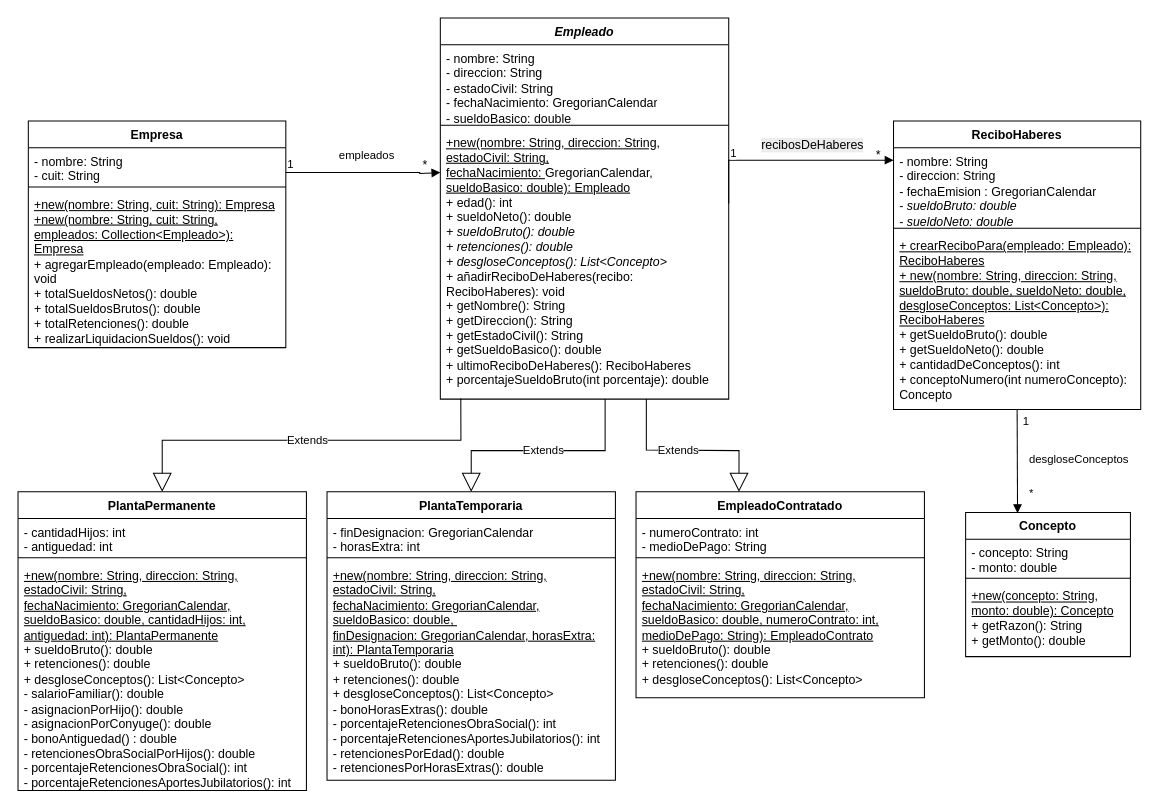
The draw.io diagram tp2/diagrama2.drawio in franngo/programacionConObjetos2, before the edit. Source tidied: cells renumbered, new cells numbered last; positions are measured from the earlier drawing's top-left corner, leaving out a move shared by most shapes. Both pictures are drawn from the tidied source at 103%, with x=0, y=0 at pixel (18, 18).
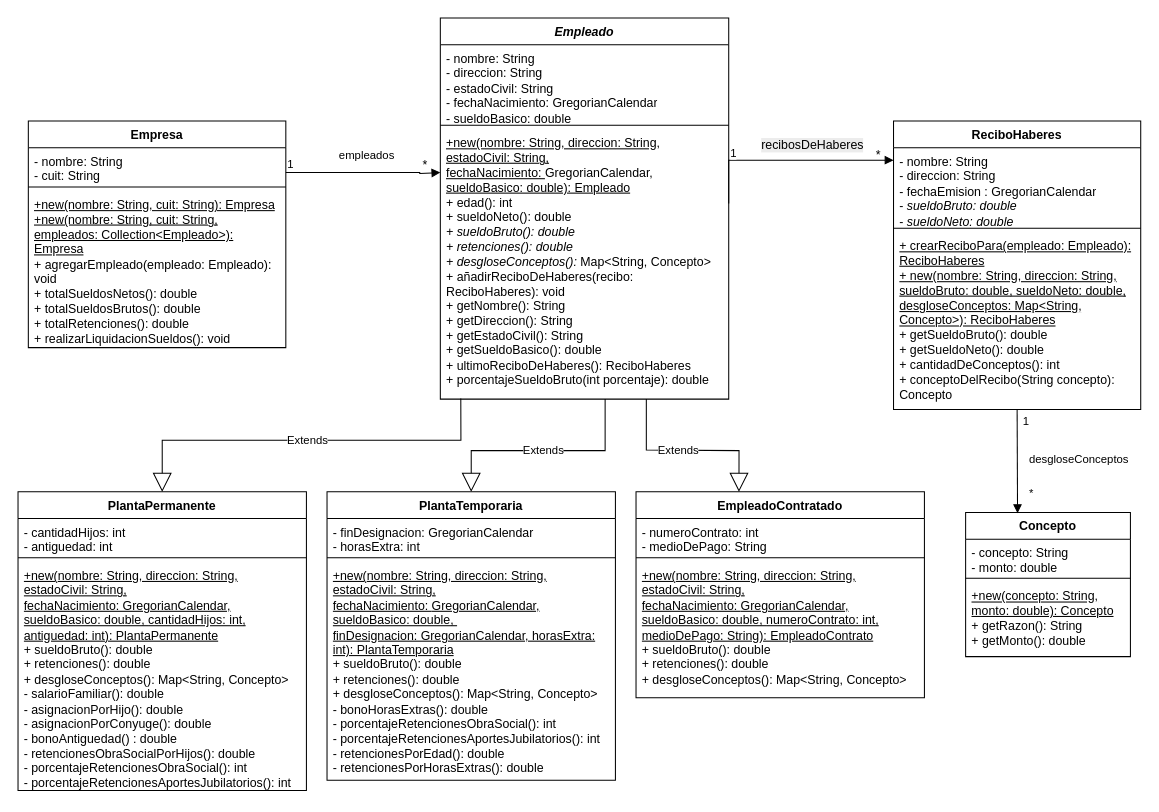
The same page after the edit.

The change refers to these unchanged cells:
```xml
<mxCell id="6" value="&lt;i&gt;Empleado&lt;/i&gt;" style="swimlane;fontStyle=1;align=center;verticalAlign=top;horizontal=1;startSize=26;whiteSpace=wrap;html=1;" parent="1" vertex="1">
  <mxGeometry x="410" width="280" height="370" as="geometry" />
</mxCell>
<mxCell id="13" value="PlantaPermanente" style="swimlane;fontStyle=1;align=center;verticalAlign=top;horizontal=1;startSize=26;whiteSpace=wrap;html=1;" parent="1" vertex="1">
  <mxGeometry y="460" width="280" height="290" as="geometry" />
</mxCell>
<mxCell id="19" value="PlantaTemporaria" style="swimlane;fontStyle=1;align=center;verticalAlign=top;horizontal=1;startSize=26;whiteSpace=wrap;html=1;" parent="1" vertex="1">
  <mxGeometry x="300" y="460" width="280" height="280" as="geometry" />
</mxCell>
<mxCell id="23" value="ReciboHaberes" style="swimlane;fontStyle=1;align=center;verticalAlign=top;horizontal=1;startSize=26;whiteSpace=wrap;html=1;" parent="1" vertex="1">
  <mxGeometry x="850" y="100" width="240" height="280" as="geometry" />
</mxCell>
<mxCell id="37" value="EmpleadoContratado" style="swimlane;fontStyle=1;align=center;verticalAlign=top;horizontal=1;startSize=26;whiteSpace=wrap;html=1;" parent="1" vertex="1">
  <mxGeometry x="600" y="460" width="280" height="200" as="geometry" />
</mxCell>
```

What changed in the source:
```diff
@@
-    <mxCell id="9" value="&lt;u&gt;+new(nombre: String, direccion: String, estadoCivil: String, fechaNacimiento:&amp;nbsp;&lt;/u&gt;GregorianCalendar&lt;u&gt;, sueldoBasico: double): Empleado&lt;/u&gt;&lt;br&gt;+ edad(): int&lt;br&gt;+ sueldoNeto()&lt;span style=&quot;color: light-dark(rgb(0, 0, 0), rgb(255, 255, 255)); background-color: transparent;&quot;&gt;: double&lt;/span&gt;&lt;br&gt;&lt;div&gt;&lt;i&gt;+ sueldoBruto(): double&lt;br&gt;+ retenciones()&lt;span style=&quot;background-color: transparent; color: light-dark(rgb(0, 0, 0), rgb(255, 255, 255));&quot;&gt;: double&lt;/span&gt;&lt;/i&gt;&lt;/div&gt;&lt;div&gt;&lt;span style=&quot;background-color: transparent; color: light-dark(rgb(0, 0, 0), rgb(255, 255, 255));&quot;&gt;&lt;i&gt;+ desgloseConceptos(): List&amp;lt;Concepto&amp;gt;&lt;br&gt;&lt;/i&gt;&lt;/span&gt;+ añadirReciboDeHaberes(recibo: ReciboHaberes): void&lt;br&gt;+ getNombre(): String&lt;/div&gt;&lt;div&gt;+ getDireccion(): String&lt;/div&gt;&lt;div&gt;+ getEstadoCivil(): String&lt;br&gt;+ getSueldoBasico(): double&lt;/div&gt;&lt;div&gt;+ ultimoReciboDeHaberes(): ReciboHaberes&lt;/div&gt;&lt;div&gt;+ porcentajeSueldoBruto(int porcentaje): double&lt;i&gt;&lt;/i&gt;&lt;/div&gt;" style="text;strokeColor=none;fillColor=none;align=left;verticalAlign=top;spacingLeft=4;spacingRight=4;overflow=hidden;points=[[0,0.5],[1,0.5]];portConstraint=eastwest;whiteSpace=wrap;html=1;" parent="6" vertex="1">
+    <mxCell id="9" value="&lt;u&gt;+new(nombre: String, direccion: String, estadoCivil: String, fechaNacimiento:&amp;nbsp;&lt;/u&gt;GregorianCalendar&lt;u&gt;, sueldoBasico: double): Empleado&lt;/u&gt;&lt;br&gt;+ edad(): int&lt;br&gt;+ sueldoNeto()&lt;span style=&quot;color: light-dark(rgb(0, 0, 0), rgb(255, 255, 255)); background-color: transparent;&quot;&gt;: double&lt;/span&gt;&lt;br&gt;&lt;div&gt;&lt;i&gt;+ sueldoBruto(): double&lt;br&gt;+ retenciones()&lt;span style=&quot;background-color: transparent; color: light-dark(rgb(0, 0, 0), rgb(255, 255, 255));&quot;&gt;: double&lt;/span&gt;&lt;/i&gt;&lt;/div&gt;&lt;div&gt;&lt;span style=&quot;background-color: transparent; color: light-dark(rgb(0, 0, 0), rgb(255, 255, 255));&quot;&gt;&lt;i&gt;+ desgloseConceptos():&amp;nbsp;&lt;/i&gt;&lt;/span&gt;Map&amp;lt;String, Concepto&amp;gt;&lt;span style=&quot;color: light-dark(rgb(0, 0, 0), rgb(255, 255, 255)); background-color: transparent;&quot;&gt;&lt;br&gt;&lt;/span&gt;+ añadirReciboDeHaberes(recibo: ReciboHaberes): void&lt;br&gt;+ getNombre(): String&lt;/div&gt;&lt;div&gt;+ getDireccion(): String&lt;/div&gt;&lt;div&gt;+ getEstadoCivil(): String&lt;br&gt;+ getSueldoBasico(): double&lt;/div&gt;&lt;div&gt;+ ultimoReciboDeHaberes(): ReciboHaberes&lt;/div&gt;&lt;div&gt;+ porcentajeSueldoBruto(int porcentaje): double&lt;i&gt;&lt;/i&gt;&lt;/div&gt;" style="text;strokeColor=none;fillColor=none;align=left;verticalAlign=top;spacingLeft=4;spacingRight=4;overflow=hidden;points=[[0,0.5],[1,0.5]];portConstraint=eastwest;whiteSpace=wrap;html=1;" parent="6" vertex="1">
       <mxGeometry y="108" width="280" height="262" as="geometry" />
     </mxCell>
@@
-    <mxCell id="16" value="&lt;u&gt;+new(&lt;/u&gt;&lt;u&gt;nombre: String, direccion: String, estadoCivil: String, fechaNacimiento:&amp;nbsp;GregorianCalendar, sueldoBasico: double,&amp;nbsp;&lt;/u&gt;&lt;u&gt;cantidadHijos: int, antiguedad: int): PlantaPermanente&lt;/u&gt;&lt;br&gt;+ sueldoBruto(): double&lt;br&gt;+ retenciones()&lt;span style=&quot;color: light-dark(rgb(0, 0, 0), rgb(255, 255, 255)); background-color: transparent;&quot;&gt;: double&lt;br&gt;&lt;/span&gt;+ desgloseConceptos(): List&amp;lt;Concepto&amp;gt;&lt;span style=&quot;color: light-dark(rgb(0, 0, 0), rgb(255, 255, 255)); background-color: transparent;&quot;&gt;&lt;br&gt;- salarioFamiliar(): double&lt;br&gt;- asignacionPorHijo(): double&lt;/span&gt;&lt;div&gt;&lt;span style=&quot;color: light-dark(rgb(0, 0, 0), rgb(255, 255, 255)); background-color: transparent;&quot;&gt;- asignacionPorConyuge(): double&lt;/span&gt;&lt;/div&gt;&lt;div&gt;&lt;span style=&quot;color: light-dark(rgb(0, 0, 0), rgb(255, 255, 255)); background-color: transparent;&quot;&gt;- bonoAntiguedad() : double&lt;br&gt;- retencionesObraSocialPorHijos(): double&lt;br&gt;&lt;/span&gt;- porcentajeRetencionesObraSocial(): int&lt;span style=&quot;color: light-dark(rgb(0, 0, 0), rgb(255, 255, 255)); background-color: transparent;&quot;&gt;&lt;br&gt;&lt;/span&gt;- porcentajeRetencionesAportesJubilatorios(): int&lt;span style=&quot;color: light-dark(rgb(0, 0, 0), rgb(255, 255, 255)); background-color: transparent;&quot;&gt;&lt;/span&gt;&lt;/div&gt;" style="text;strokeColor=none;fillColor=none;align=left;verticalAlign=top;spacingLeft=4;spacingRight=4;overflow=hidden;whiteSpace=wrap;html=1;" parent="13" vertex="1">
+    <mxCell id="16" value="&lt;u&gt;+new(&lt;/u&gt;&lt;u&gt;nombre: String, direccion: String, estadoCivil: String, fechaNacimiento:&amp;nbsp;GregorianCalendar, sueldoBasico: double,&amp;nbsp;&lt;/u&gt;&lt;u&gt;cantidadHijos: int, antiguedad: int): PlantaPermanente&lt;/u&gt;&lt;br&gt;+ sueldoBruto(): double&lt;br&gt;+ retenciones()&lt;span style=&quot;color: light-dark(rgb(0, 0, 0), rgb(255, 255, 255)); background-color: transparent;&quot;&gt;: double&lt;br&gt;&lt;/span&gt;+ desgloseConceptos(): Map&amp;lt;String, Concepto&amp;gt;&lt;span style=&quot;color: light-dark(rgb(0, 0, 0), rgb(255, 255, 255)); background-color: transparent;&quot;&gt;&lt;br&gt;&lt;/span&gt;&lt;span style=&quot;color: light-dark(rgb(0, 0, 0), rgb(255, 255, 255)); background-color: transparent;&quot;&gt;- salarioFamiliar(): double&lt;br&gt;- asignacionPorHijo(): double&lt;/span&gt;&lt;div&gt;&lt;span style=&quot;color: light-dark(rgb(0, 0, 0), rgb(255, 255, 255)); background-color: transparent;&quot;&gt;- asignacionPorConyuge(): double&lt;/span&gt;&lt;/div&gt;&lt;div&gt;&lt;span style=&quot;color: light-dark(rgb(0, 0, 0), rgb(255, 255, 255)); background-color: transparent;&quot;&gt;- bonoAntiguedad() : double&lt;br&gt;- retencionesObraSocialPorHijos(): double&lt;br&gt;&lt;/span&gt;- porcentajeRetencionesObraSocial(): int&lt;span style=&quot;color: light-dark(rgb(0, 0, 0), rgb(255, 255, 255)); background-color: transparent;&quot;&gt;&lt;br&gt;&lt;/span&gt;- porcentajeRetencionesAportesJubilatorios(): int&lt;span style=&quot;color: light-dark(rgb(0, 0, 0), rgb(255, 255, 255)); background-color: transparent;&quot;&gt;&lt;/span&gt;&lt;/div&gt;" style="text;strokeColor=none;fillColor=none;align=left;verticalAlign=top;spacingLeft=4;spacingRight=4;overflow=hidden;whiteSpace=wrap;html=1;" parent="13" vertex="1">
       <mxGeometry y="68" width="280" height="222" as="geometry" />
     </mxCell>
@@
-    <mxCell id="22" value="&lt;div&gt;&lt;u&gt;+new(&lt;/u&gt;&lt;u style=&quot;background-color: transparent; color: light-dark(rgb(0, 0, 0), rgb(255, 255, 255));&quot;&gt;nombre: String, direccion: String, estadoCivil: String, fechaNacimiento:&amp;nbsp;&lt;/u&gt;&lt;span style=&quot;background-color: transparent; color: light-dark(rgb(0, 0, 0), rgb(255, 255, 255));&quot;&gt;&lt;u&gt;GregorianCalendar&lt;/u&gt;&lt;/span&gt;&lt;u style=&quot;background-color: transparent; color: light-dark(rgb(0, 0, 0), rgb(255, 255, 255));&quot;&gt;, sueldoBasico: double,&amp;nbsp;&lt;/u&gt;&lt;/div&gt;&lt;div&gt;&lt;u style=&quot;background-color: transparent; color: light-dark(rgb(0, 0, 0), rgb(255, 255, 255));&quot;&gt;finDesignacion:&amp;nbsp;GregorianCalendar, horasExtra: int): PlantaTemporaria&lt;/u&gt;&lt;/div&gt;+ sueldoBruto(): double&lt;br&gt;+ retenciones()&lt;span style=&quot;color: light-dark(rgb(0, 0, 0), rgb(255, 255, 255)); background-color: transparent;&quot;&gt;: double&lt;br&gt;&lt;/span&gt;+ desgloseConceptos(): List&amp;lt;Concepto&amp;gt;&lt;span style=&quot;color: light-dark(rgb(0, 0, 0), rgb(255, 255, 255)); background-color: transparent;&quot;&gt;&lt;br&gt;- bonoHorasExtras(): double&lt;br&gt;&lt;/span&gt;- porcentajeRetencionesObraSocial(): int&lt;span style=&quot;color: light-dark(rgb(0, 0, 0), rgb(255, 255, 255)); background-color: transparent;&quot;&gt;&lt;br&gt;&lt;/span&gt;- porcentajeRetencionesAportesJubilatorios(): int&lt;span style=&quot;color: light-dark(rgb(0, 0, 0), rgb(255, 255, 255)); background-color: transparent;&quot;&gt;&amp;nbsp;&lt;br&gt;- retencionesPorEdad(): double&lt;br&gt;&lt;/span&gt;- retencionesPorHorasExtras(): double&lt;span style=&quot;color: light-dark(rgb(0, 0, 0), rgb(255, 255, 255)); background-color: transparent;&quot;&gt;&lt;/span&gt;" style="text;strokeColor=none;fillColor=none;align=left;verticalAlign=top;spacingLeft=4;spacingRight=4;overflow=hidden;whiteSpace=wrap;html=1;" parent="19" vertex="1">
+    <mxCell id="22" value="&lt;div&gt;&lt;u&gt;+new(&lt;/u&gt;&lt;u style=&quot;background-color: transparent; color: light-dark(rgb(0, 0, 0), rgb(255, 255, 255));&quot;&gt;nombre: String, direccion: String, estadoCivil: String, fechaNacimiento:&amp;nbsp;&lt;/u&gt;&lt;span style=&quot;background-color: transparent; color: light-dark(rgb(0, 0, 0), rgb(255, 255, 255));&quot;&gt;&lt;u&gt;GregorianCalendar&lt;/u&gt;&lt;/span&gt;&lt;u style=&quot;background-color: transparent; color: light-dark(rgb(0, 0, 0), rgb(255, 255, 255));&quot;&gt;, sueldoBasico: double,&amp;nbsp;&lt;/u&gt;&lt;/div&gt;&lt;div&gt;&lt;u style=&quot;background-color: transparent; color: light-dark(rgb(0, 0, 0), rgb(255, 255, 255));&quot;&gt;finDesignacion:&amp;nbsp;GregorianCalendar, horasExtra: int): PlantaTemporaria&lt;/u&gt;&lt;/div&gt;+ sueldoBruto(): double&lt;br&gt;+ retenciones()&lt;span style=&quot;color: light-dark(rgb(0, 0, 0), rgb(255, 255, 255)); background-color: transparent;&quot;&gt;: double&lt;br&gt;&lt;/span&gt;+ desgloseConceptos(): Map&amp;lt;String, Concepto&amp;gt;&lt;span style=&quot;color: light-dark(rgb(0, 0, 0), rgb(255, 255, 255)); background-color: transparent;&quot;&gt;&lt;br&gt;&lt;/span&gt;&lt;span style=&quot;color: light-dark(rgb(0, 0, 0), rgb(255, 255, 255)); background-color: transparent;&quot;&gt;- bonoHorasExtras(): double&lt;br&gt;&lt;/span&gt;- porcentajeRetencionesObraSocial(): int&lt;span style=&quot;color: light-dark(rgb(0, 0, 0), rgb(255, 255, 255)); background-color: transparent;&quot;&gt;&lt;br&gt;&lt;/span&gt;- porcentajeRetencionesAportesJubilatorios(): int&lt;span style=&quot;color: light-dark(rgb(0, 0, 0), rgb(255, 255, 255)); background-color: transparent;&quot;&gt;&amp;nbsp;&lt;br&gt;- retencionesPorEdad(): double&lt;br&gt;&lt;/span&gt;- retencionesPorHorasExtras(): double&lt;span style=&quot;color: light-dark(rgb(0, 0, 0), rgb(255, 255, 255)); background-color: transparent;&quot;&gt;&lt;/span&gt;" style="text;strokeColor=none;fillColor=none;align=left;verticalAlign=top;spacingLeft=4;spacingRight=4;overflow=hidden;whiteSpace=wrap;html=1;" parent="19" vertex="1">
       <mxGeometry y="68" width="280" height="212" as="geometry" />
     </mxCell>
@@
-    <mxCell id="26" value="&lt;u&gt;+ crearReciboPara(empleado: Empleado): ReciboHaberes&lt;/u&gt;&lt;br&gt;&lt;u&gt;+ new(nombre: String, direccion: String, sueldoBruto: double, sueldoNeto: double, desgloseConceptos: List&amp;lt;Concepto&amp;gt;): ReciboHaberes&lt;/u&gt;&lt;br&gt;+ getSueldoBruto(): double&lt;br&gt;+ getSueldoNeto(): double&lt;div&gt;+ cantidadDeConceptos(): int&lt;br&gt;+ conceptoNumero(int numeroConcepto): Concepto&lt;/div&gt;" style="text;strokeColor=none;fillColor=none;align=left;verticalAlign=top;spacingLeft=4;spacingRight=4;overflow=hidden;whiteSpace=wrap;html=1;" parent="23" vertex="1">
+    <mxCell id="26" value="&lt;u&gt;+ crearReciboPara(empleado: Empleado): ReciboHaberes&lt;/u&gt;&lt;br&gt;&lt;u&gt;+ new(nombre: String, direccion: String, sueldoBruto: double, sueldoNeto: double, desgloseConceptos:&amp;nbsp;Map&amp;lt;String, Concepto&amp;gt;): ReciboHaberes&lt;br&gt;&lt;/u&gt;+ getSueldoBruto(): double&lt;br&gt;+ getSueldoNeto(): double&lt;div&gt;+ cantidadDeConceptos(): int&lt;br&gt;+ conceptoDelRecibo(String concepto): Concepto&lt;/div&gt;" style="text;strokeColor=none;fillColor=none;align=left;verticalAlign=top;spacingLeft=4;spacingRight=4;overflow=hidden;whiteSpace=wrap;html=1;" parent="23" vertex="1">
       <mxGeometry y="108" width="240" height="172" as="geometry" />
     </mxCell>
@@
-    <mxCell id="40" value="&lt;div&gt;&lt;u&gt;+new(&lt;/u&gt;&lt;u style=&quot;background-color: transparent; color: light-dark(rgb(0, 0, 0), rgb(255, 255, 255));&quot;&gt;nombre: String, direccion: String, estadoCivil: String, fechaNacimiento:&amp;nbsp;&lt;/u&gt;&lt;span style=&quot;background-color: transparent; color: light-dark(rgb(0, 0, 0), rgb(255, 255, 255));&quot;&gt;&lt;u&gt;GregorianCalendar&lt;/u&gt;&lt;/span&gt;&lt;u style=&quot;background-color: transparent; color: light-dark(rgb(0, 0, 0), rgb(255, 255, 255));&quot;&gt;, sueldoBasico: double,&amp;nbsp;&lt;/u&gt;&lt;u style=&quot;background-color: transparent; color: light-dark(rgb(0, 0, 0), rgb(255, 255, 255));&quot;&gt;numeroContrato:&amp;nbsp;int, medioDePago: String): EmpleadoContrato&lt;/u&gt;&lt;/div&gt;+ sueldoBruto(): double&lt;br&gt;+ retenciones()&lt;span style=&quot;color: light-dark(rgb(0, 0, 0), rgb(255, 255, 255)); background-color: transparent;&quot;&gt;: double&lt;br&gt;&lt;/span&gt;+ desgloseConceptos(): List&amp;lt;Concepto&amp;gt;&lt;span style=&quot;color: light-dark(rgb(0, 0, 0), rgb(255, 255, 255)); background-color: transparent;&quot;&gt;&lt;br&gt;&lt;/span&gt;" style="text;strokeColor=none;fillColor=none;align=left;verticalAlign=top;spacingLeft=4;spacingRight=4;overflow=hidden;whiteSpace=wrap;html=1;" parent="37" vertex="1">
+    <mxCell id="40" value="&lt;div&gt;&lt;u&gt;+new(&lt;/u&gt;&lt;u style=&quot;background-color: transparent; color: light-dark(rgb(0, 0, 0), rgb(255, 255, 255));&quot;&gt;nombre: String, direccion: String, estadoCivil: String, fechaNacimiento:&amp;nbsp;&lt;/u&gt;&lt;span style=&quot;background-color: transparent; color: light-dark(rgb(0, 0, 0), rgb(255, 255, 255));&quot;&gt;&lt;u&gt;GregorianCalendar&lt;/u&gt;&lt;/span&gt;&lt;u style=&quot;background-color: transparent; color: light-dark(rgb(0, 0, 0), rgb(255, 255, 255));&quot;&gt;, sueldoBasico: double,&amp;nbsp;&lt;/u&gt;&lt;u style=&quot;background-color: transparent; color: light-dark(rgb(0, 0, 0), rgb(255, 255, 255));&quot;&gt;numeroContrato:&amp;nbsp;int, medioDePago: String): EmpleadoContrato&lt;/u&gt;&lt;/div&gt;+ sueldoBruto(): double&lt;br&gt;+ retenciones()&lt;span style=&quot;color: light-dark(rgb(0, 0, 0), rgb(255, 255, 255)); background-color: transparent;&quot;&gt;: double&lt;br&gt;&lt;/span&gt;+ desgloseConceptos(): Map&amp;lt;String, Concepto&amp;gt;&lt;span style=&quot;color: light-dark(rgb(0, 0, 0), rgb(255, 255, 255)); background-color: transparent;&quot;&gt;&lt;br&gt;&lt;/span&gt;" style="text;strokeColor=none;fillColor=none;align=left;verticalAlign=top;spacingLeft=4;spacingRight=4;overflow=hidden;whiteSpace=wrap;html=1;" parent="37" vertex="1">
       <mxGeometry y="68" width="280" height="132" as="geometry" />
     </mxCell>
```
